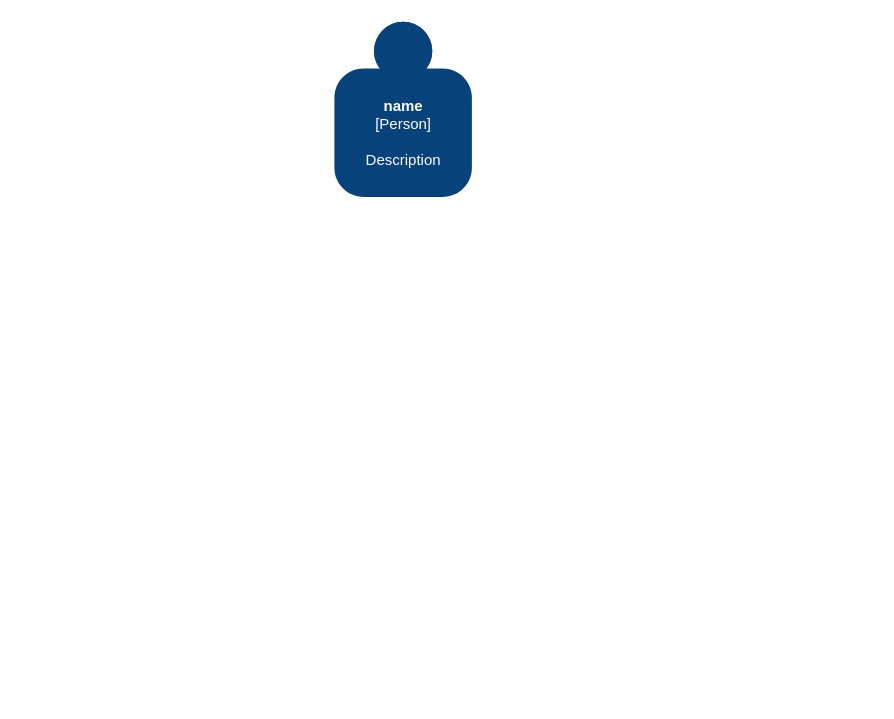
Before: page "Context-Diagram" (1 of 3) of C4/C4-Selecting-Contacts-Module.drawio in HristeaIonut/Morse-Diagrams, a draw.io diagram. Source tidied: cells renumbered, new cells numbered last; positions are measured from the earlier drawing's top-left corner, leaving out a move shared by most shapes. Both pictures are drawn from the tidied source at 125%, with x=0, y=0 at pixel (334, 21).
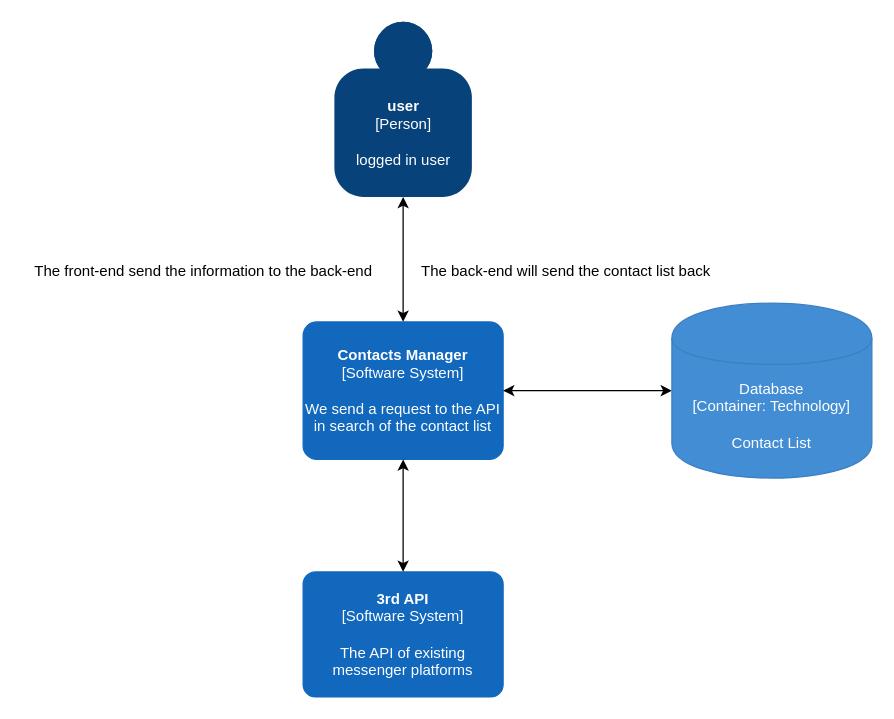
The same diagram, later.

The edit, as a diff of the source:
```diff
@@
 <mxGraphModel>
   <root>
     <mxCell id="0" />
     <mxCell id="1" parent="0" />
+    <mxCell id="3" style="endArrow=classic;startArrow=classic;html=1;exitX=0.5;exitY=0;exitDx=0;exitDy=0;exitPerimeter=0;entryX=0.5;entryY=1;entryDx=0;entryDy=0;entryPerimeter=0;" parent="1" edge="1" source="6" target="2">
+      <mxGeometry relative="1" as="geometry" />
+    </mxCell>
+    <mxCell id="4" value="The front-end send the information to the back-end" style="text;html=1;align=center;verticalAlign=middle;" parent="1" vertex="1">
+      <mxGeometry x="-250" y="190" width="290" height="20" as="geometry" />
+    </mxCell>
+    <mxCell id="5" value="The back-end will send the contact list back" style="text;html=1;align=center;verticalAlign=middle;" parent="1" vertex="1">
+      <mxGeometry x="60" y="190" width="250" height="20" as="geometry" />
+    </mxCell>
+    <object id="6" label="&lt;b&gt;%c4Name%&lt;/b&gt;&lt;div&gt;[%c4Type%]&lt;/div&gt;&lt;br&gt;&lt;div&gt;%c4Description%&lt;/div&gt;" c4Description="We send a request to the API in search of the contact list" c4Name="Contacts Manager" c4Type="Software System" placeholders="1">
+      <mxCell style="rounded=1;whiteSpace=wrap;html=1;labelBackgroundColor=none;fillColor=#1168BD;fontColor=#ffffff;align=center;arcSize=10;strokeColor=#1168BD;metaData={&quot;c4Type&quot;:{&quot;editable&quot;:false}};points=[[0.25,0,0],[0.5,0,0],[0.75,0,0],[1,0.25,0],[1,0.5,0],[1,0.75,0],[0.75,1,0],[0.5,1,0],[0.25,1,0],[0,0.75,0],[0,0.5,0],[0,0.25,0]];" parent="1" vertex="1">
+        <mxGeometry x="-25" y="240" width="160" height="110" as="geometry" />
+      </mxCell>
+    </object>
-    <object id="2" label="&lt;b&gt;%c4Name%&lt;/b&gt;&lt;div&gt;[%c4Type%]&lt;/div&gt;&lt;br&gt;&lt;div&gt;%c4Description%&lt;/div&gt;" c4Description="Description" c4Name="name" c4Type="Person" placeholders="1">
+    <object id="2" label="&lt;b&gt;%c4Name%&lt;/b&gt;&lt;div&gt;[%c4Type%]&lt;/div&gt;&lt;br&gt;&lt;div&gt;%c4Description%&lt;/div&gt;" c4Description="logged in user" c4Name="user" c4Type="Person" placeholders="1">
       <mxCell style="html=1;dashed=0;whitespace=wrap;fillColor=#08427b;strokeColor=none;fontColor=#ffffff;shape=mxgraph.c4.person;align=center;points=[[0.5,0,0],[1,0.5,0],[1,0.75,0],[0.75,1,0],[0.5,1,0],[0.25,1,0],[0,0.75,0],[0,0.5,0]];metaData={&quot;c4Type&quot;:{&quot;editable&quot;:false}};" parent="1" vertex="1">
         <mxGeometry width="110" height="140" as="geometry" />
       </mxCell>
     </object>
+    <mxCell id="7" style="endArrow=classic;startArrow=classic;html=1;exitX=1;exitY=0.5;exitDx=0;exitDy=0;exitPerimeter=0;entryX=0;entryY=0.5;entryDx=0;entryDy=0;entryPerimeter=0;" parent="1" edge="1" source="6" target="8">
+      <mxGeometry relative="1" as="geometry" />
+    </mxCell>
+    <object id="8" label="%c4Type%&lt;div&gt;[Container:&amp;nbsp;%c4Technology%]&lt;/div&gt;&lt;br&gt;&lt;div&gt;%c4Description%&lt;/div&gt;" c4Description="Contact List" c4Technology="Technology" c4Type="Database" placeholders="1">
+      <mxCell style="shape=cylinder;whiteSpace=wrap;html=1;boundedLbl=1;rounded=0;labelBackgroundColor=none;fillColor=#438DD5;fontSize=12;fontColor=#ffffff;align=center;strokeColor=#3C7FC0;points=[[0.5,0,0],[1,0.25,0],[1,0.5,0],[1,0.75,0],[0.5,1,0],[0,0.75,0],[0,0.5,0],[0,0.25,0]];metaData={&quot;c4Type&quot;:{&quot;editable&quot;:false}};" parent="1" vertex="1">
+        <mxGeometry x="270" y="225" width="160" height="140" as="geometry" />
+      </mxCell>
+    </object>
+    <object id="9" label="&lt;b&gt;%c4Name%&lt;/b&gt;&lt;div&gt;[%c4Type%]&lt;/div&gt;&lt;br&gt;&lt;div&gt;%c4Description%&lt;/div&gt;" c4Description="The API of existing messenger platforms" c4Name="3rd API" c4Type="Software System" placeholders="1">
+      <mxCell style="rounded=1;whiteSpace=wrap;html=1;labelBackgroundColor=none;fillColor=#1168BD;fontColor=#ffffff;align=center;arcSize=10;strokeColor=#1168BD;metaData={&quot;c4Type&quot;:{&quot;editable&quot;:false}};points=[[0.25,0,0],[0.5,0,0],[0.75,0,0],[1,0.25,0],[1,0.5,0],[1,0.75,0],[0.75,1,0],[0.5,1,0],[0.25,1,0],[0,0.75,0],[0,0.5,0],[0,0.25,0]];" parent="1" vertex="1">
+        <mxGeometry x="-25" y="440" width="160" height="100" as="geometry" />
+      </mxCell>
+    </object>
+    <mxCell id="10" style="endArrow=classic;startArrow=classic;html=1;entryX=0.5;entryY=1;entryDx=0;entryDy=0;entryPerimeter=0;exitX=0.5;exitY=0;exitDx=0;exitDy=0;exitPerimeter=0;" parent="1" edge="1" source="9" target="6">
+      <mxGeometry relative="1" as="geometry" />
+    </mxCell>
   </root>
 </mxGraphModel>
```
